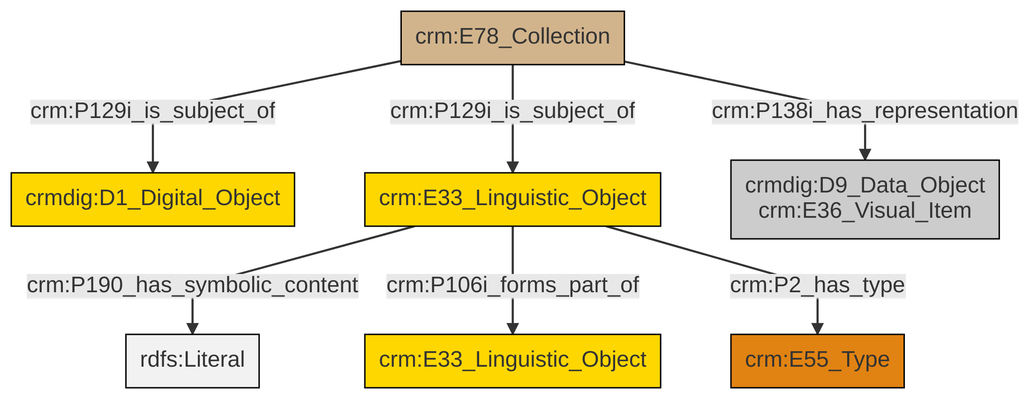
Earlier version of the Mermaid export et/archivalCSV/ttl/mmd/png/archival_docs.png (swiss-art-research-net/docs.swissartresearch). Its source is kept beside it as et/archivalCSV/ttl/mmd/archival_docs.ttl.mmd.
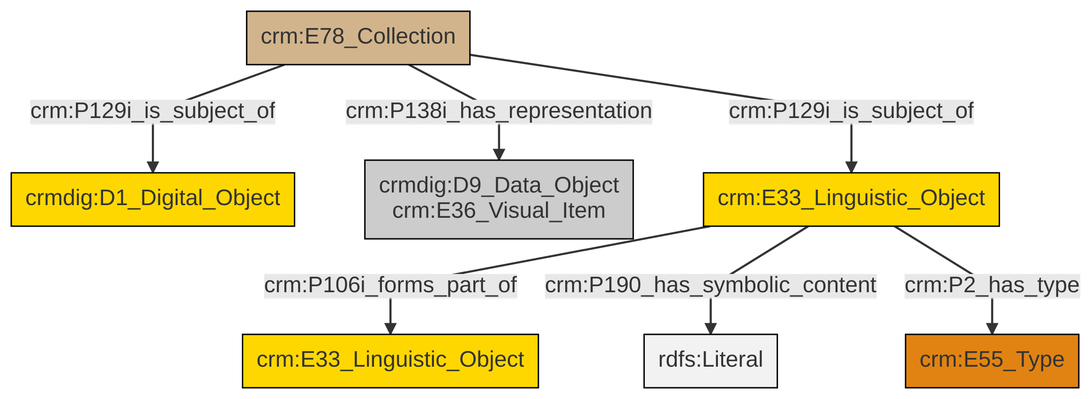
Later version of the same file.

What changed in the source:
```diff
@@ -13,9 +13,9 @@
 classDef PC_Classes fill:#4ce600, stroke:#000000;
 classDef Multi fill:#cccccc,stroke:#000000;
 
-0["crm:E78_Collection"]:::Physical_Thing -->|crm:P129i_is_subject_of| 1["crmdig:D1_Digital_Object"]:::Conceptual_Object
-2["crm:E33_Linguistic_Object"]:::Conceptual_Object -->|crm:P190_has_symbolic_content| 3[rdfs:Literal]:::Literal
-0["crm:E78_Collection"]:::Physical_Thing -->|crm:P129i_is_subject_of| 2["crm:E33_Linguistic_Object"]:::Conceptual_Object
-2["crm:E33_Linguistic_Object"]:::Conceptual_Object -->|crm:P106i_forms_part_of| 7["crm:E33_Linguistic_Object"]:::Conceptual_Object
-0["crm:E78_Collection"]:::Physical_Thing -->|crm:P138i_has_representation| 5["crmdig:D9_Data_Object<br>crm:E36_Visual_Item"]:::Multi
-2["crm:E33_Linguistic_Object"]:::Conceptual_Object -->|crm:P2_has_type| 11["crm:E55_Type"]:::Type
+5["crm:E78_Collection"]:::Physical_Thing -->|crm:P129i_is_subject_of| 3["crmdig:D1_Digital_Object"]:::Conceptual_Object
+9["crm:E33_Linguistic_Object"]:::Conceptual_Object -->|crm:P106i_forms_part_of| 10["crm:E33_Linguistic_Object"]:::Conceptual_Object
+5["crm:E78_Collection"]:::Physical_Thing -->|crm:P138i_has_representation| 6["crmdig:D9_Data_Object<br>crm:E36_Visual_Item"]:::Multi
+9["crm:E33_Linguistic_Object"]:::Conceptual_Object -->|crm:P190_has_symbolic_content| 11[rdfs:Literal]:::Literal
+9["crm:E33_Linguistic_Object"]:::Conceptual_Object -->|crm:P2_has_type| 0["crm:E55_Type"]:::Type
+5["crm:E78_Collection"]:::Physical_Thing -->|crm:P129i_is_subject_of| 9["crm:E33_Linguistic_Object"]:::Conceptual_Object
```
